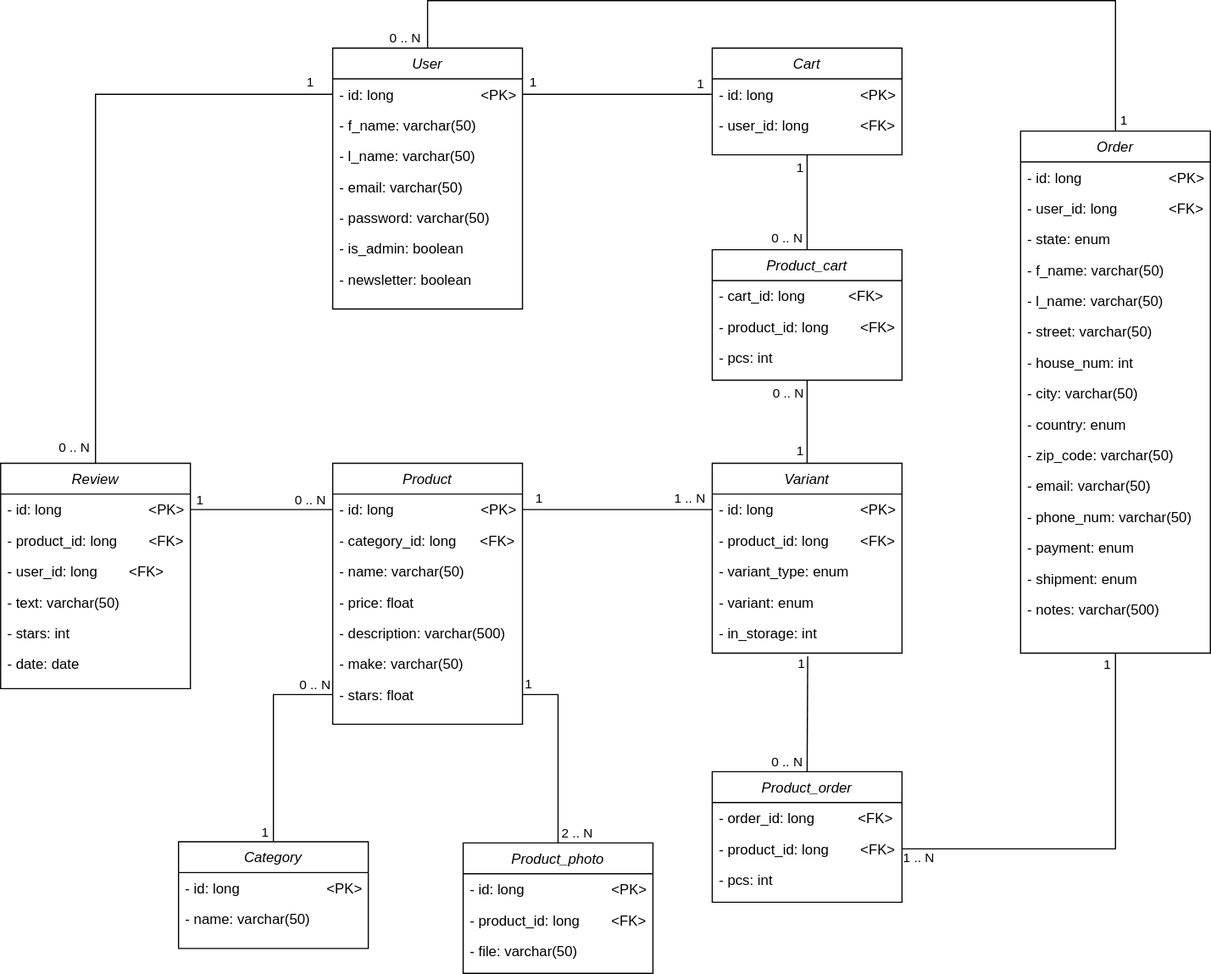
Before: uml_diagram.svg, a diagram exported from draw.io (alzbetaziarovska/WTECH_Projekt_Tuptova_Ziarovska). Source tidied: cells renumbered, new cells last; positions are measured from the earlier drawing's top-left corner, leaving out a move shared by most shapes.
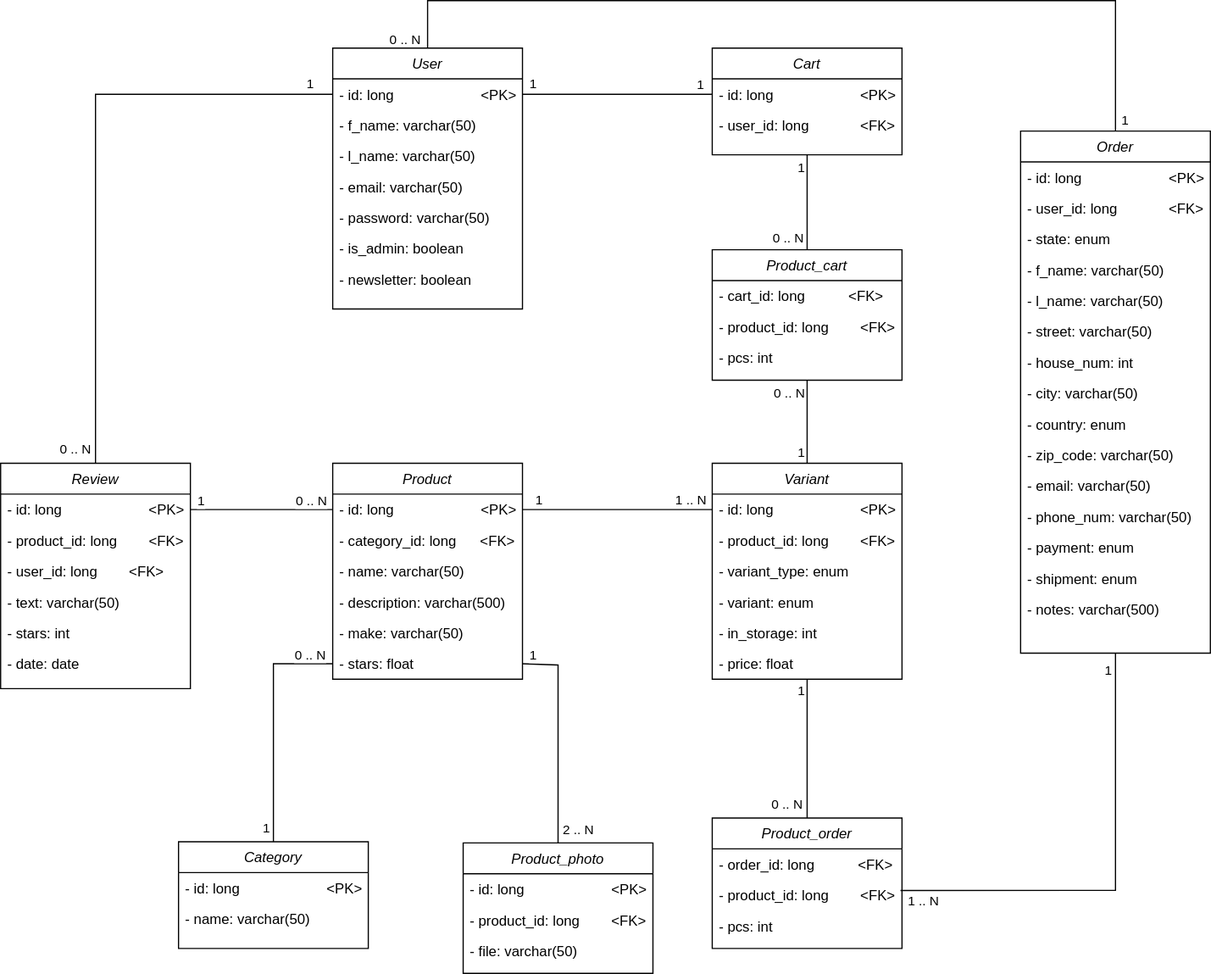
Above is the later version.

Change to the diagram source:
```diff
@@ -12,7 +12,7 @@
       <mxGeometry y="52" width="160" height="26" as="geometry" />
     </mxCell>
     <mxCell id="5" value="Product" style="swimlane;fontStyle=2;align=center;verticalAlign=top;horizontal=1;startSize=26;rounded=0;shadow=0;strokeWidth=1;" parent="1" vertex="1">
-      <mxGeometry x="280" y="390" width="160" height="220" as="geometry" />
+      <mxGeometry x="280" y="390" width="160" height="182" as="geometry" />
     </mxCell>
     <mxCell id="6" value="- id: long                      &lt;PK&gt;" style="text;align=left;verticalAlign=top;spacingLeft=4;spacingRight=4;overflow=hidden;points=[[0,0.5],[1,0.5]];portConstraint=eastwest;" parent="5" vertex="1">
       <mxGeometry y="26" width="160" height="26" as="geometry" />
@@ -23,17 +23,14 @@
     <mxCell id="8" value="- name: varchar(50)" style="text;align=left;verticalAlign=top;spacingLeft=4;spacingRight=4;overflow=hidden;rounded=0;shadow=0;html=0;" parent="5" vertex="1">
       <mxGeometry y="78" width="160" height="26" as="geometry" />
     </mxCell>
-    <mxCell id="9" value="- price: float" style="text;align=left;verticalAlign=top;spacingLeft=4;spacingRight=4;overflow=hidden;rounded=0;shadow=0;html=0;" parent="5" vertex="1">
-      <mxGeometry y="104" width="160" height="26" as="geometry" />
-    </mxCell>
     <mxCell id="10" value="- description: varchar(500)" style="text;align=left;verticalAlign=top;spacingLeft=4;spacingRight=4;overflow=hidden;rounded=0;shadow=0;html=0;" parent="5" vertex="1">
-      <mxGeometry y="130" width="160" height="26" as="geometry" />
+      <mxGeometry y="104" width="160" height="26" as="geometry" />
     </mxCell>
     <mxCell id="11" value="- make: varchar(50)" style="text;align=left;verticalAlign=top;spacingLeft=4;spacingRight=4;overflow=hidden;rounded=0;shadow=0;html=0;" parent="5" vertex="1">
-      <mxGeometry y="156" width="160" height="26" as="geometry" />
+      <mxGeometry y="130" width="160" height="26" as="geometry" />
     </mxCell>
     <mxCell id="12" value="- stars: float" style="text;align=left;verticalAlign=top;spacingLeft=4;spacingRight=4;overflow=hidden;points=[[0,0.5],[1,0.5]];portConstraint=eastwest;rounded=0;shadow=0;html=0;" parent="5" vertex="1">
-      <mxGeometry y="182" width="160" height="26" as="geometry" />
+      <mxGeometry y="156" width="160" height="26" as="geometry" />
     </mxCell>
     <mxCell id="13" value="Order" style="swimlane;fontStyle=2;align=center;verticalAlign=top;horizontal=1;startSize=26;rounded=0;shadow=0;strokeWidth=1;" parent="1" vertex="1">
       <mxGeometry x="860" y="110" width="160" height="440" as="geometry" />
@@ -165,7 +162,7 @@
       <mxGeometry y="78" width="160" height="26" as="geometry" />
     </mxCell>
     <mxCell id="54" value="Variant" style="swimlane;fontStyle=2;align=center;verticalAlign=top;horizontal=1;startSize=26;rounded=0;shadow=0;strokeWidth=1;" parent="1" vertex="1">
-      <mxGeometry x="600" y="390" width="160" height="160" as="geometry" />
+      <mxGeometry x="600" y="390" width="160" height="182" as="geometry" />
     </mxCell>
     <mxCell id="55" value="- id: long                      &lt;PK&gt;" style="text;align=left;verticalAlign=top;spacingLeft=4;spacingRight=4;overflow=hidden;points=[[0,0.5],[1,0.5]];portConstraint=eastwest;" parent="54" vertex="1">
       <mxGeometry y="26" width="160" height="26" as="geometry" />
@@ -182,6 +179,9 @@
     <mxCell id="59" value="- in_storage: int" style="text;align=left;verticalAlign=top;spacingLeft=4;spacingRight=4;overflow=hidden;points=[[0,0.5],[1,0.5]];portConstraint=eastwest;" parent="54" vertex="1">
       <mxGeometry y="130" width="160" height="26" as="geometry" />
     </mxCell>
+    <mxCell id="9" value="- price: float" style="text;align=left;verticalAlign=top;spacingLeft=4;spacingRight=4;overflow=hidden;rounded=0;shadow=0;html=0;" parent="54" vertex="1">
+      <mxGeometry y="156" width="160" height="26" as="geometry" />
+    </mxCell>
     <mxCell id="60" style="endArrow=none;html=1;rounded=0;entryX=0.5;entryY=0;entryDx=0;entryDy=0;exitX=0.5;exitY=1;exitDx=0;exitDy=0;" parent="1" edge="1" source="40" target="54">
       <mxGeometry relative="1" as="geometry" />
     </mxCell>
@@ -243,7 +243,7 @@
       </mxGeometry>
     </mxCell>
     <mxCell id="76" value="Product_order" style="swimlane;fontStyle=2;align=center;verticalAlign=top;horizontal=1;startSize=26;rounded=0;shadow=0;strokeWidth=1;" parent="1" vertex="1">
-      <mxGeometry x="600" y="650" width="160" height="110" as="geometry" />
+      <mxGeometry x="600" y="689" width="160" height="110" as="geometry" />
     </mxCell>
     <mxCell id="77" value="- order_id: long           &lt;FK&gt;" style="text;align=left;verticalAlign=top;spacingLeft=4;spacingRight=4;overflow=hidden;" parent="76" vertex="1">
       <mxGeometry y="26" width="160" height="26" as="geometry" />
@@ -274,7 +274,7 @@
     <mxCell id="83" style="endArrow=none;html=1;rounded=0;entryX=0.5;entryY=0;entryDx=0;entryDy=0;exitX=0;exitY=0.5;exitDx=0;exitDy=0;" parent="1" edge="1" source="12" target="2">
       <mxGeometry relative="1" as="geometry">
         <Array as="points">
-          <mxPoint x="230" y="585" />
+          <mxPoint x="230" y="559" />
         </Array>
       </mxGeometry>
     </mxCell>
@@ -291,7 +291,7 @@
     <mxCell id="86" style="endArrow=none;html=1;rounded=0;entryX=1;entryY=0.5;entryDx=0;entryDy=0;exitX=0.5;exitY=0;exitDx=0;exitDy=0;" parent="1" edge="1" source="50" target="12">
       <mxGeometry relative="1" as="geometry">
         <Array as="points">
-          <mxPoint x="470" y="585" />
+          <mxPoint x="470" y="560" />
         </Array>
       </mxGeometry>
     </mxCell>
@@ -305,7 +305,7 @@
         <mxPoint x="1" y="11" as="offset" />
       </mxGeometry>
     </mxCell>
-    <mxCell id="89" style="endArrow=none;html=1;rounded=0;entryX=0.503;entryY=1.261;entryDx=0;entryDy=0;exitX=0.5;exitY=0;exitDx=0;exitDy=0;entryPerimeter=0;" parent="1" edge="1" source="76" target="59">
+    <mxCell id="89" style="endArrow=none;html=1;rounded=0;entryX=0.5;entryY=1;entryDx=0;entryDy=0;exitX=0.5;exitY=0;exitDx=0;exitDy=0;" parent="1" edge="1" source="76" target="54">
       <mxGeometry relative="1" as="geometry" />
     </mxCell>
     <mxCell id="90" value="1" style="edgeLabel;html=1;align=center;verticalAlign=middle;" parent="89" vertex="1">
@@ -318,10 +318,10 @@
         <mxPoint x="-33" y="3" as="offset" />
       </mxGeometry>
     </mxCell>
-    <mxCell id="92" style="endArrow=none;html=1;rounded=0;entryX=0.5;entryY=1;entryDx=0;entryDy=0;exitX=1;exitY=0.5;exitDx=0;exitDy=0;" parent="1" edge="1" source="78" target="13">
+    <mxCell id="92" style="endArrow=none;html=1;rounded=0;entryX=0.5;entryY=1;entryDx=0;entryDy=0;exitX=0.992;exitY=0.352;exitDx=0;exitDy=0;exitPerimeter=0;" parent="1" edge="1" source="78" target="13">
       <mxGeometry relative="1" as="geometry">
         <Array as="points">
-          <mxPoint x="940" y="715" />
+          <mxPoint x="940" y="750" />
         </Array>
       </mxGeometry>
     </mxCell>
```
